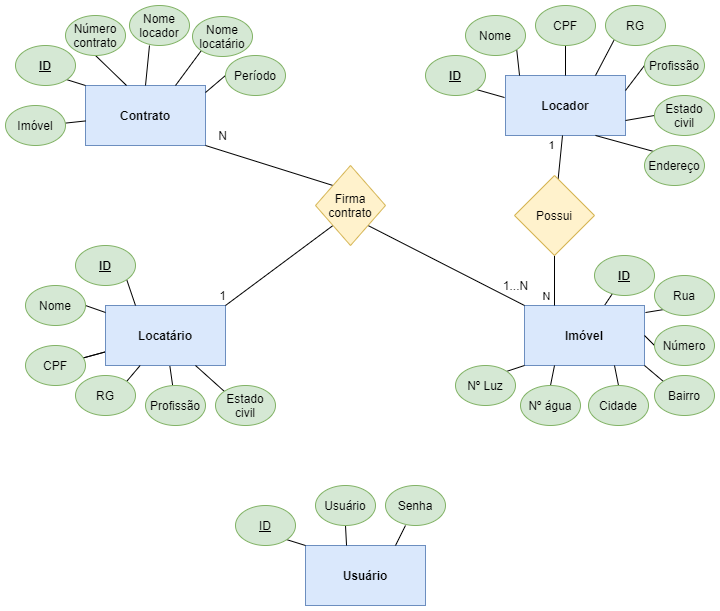
Before: Documentação/MER.png, a diagram exported from draw.io (MatNasc/Projeto-Contratos). Source tidied: cells renumbered, new cells last; positions are measured from the earlier drawing's top-left corner, leaving out a move shared by most shapes.
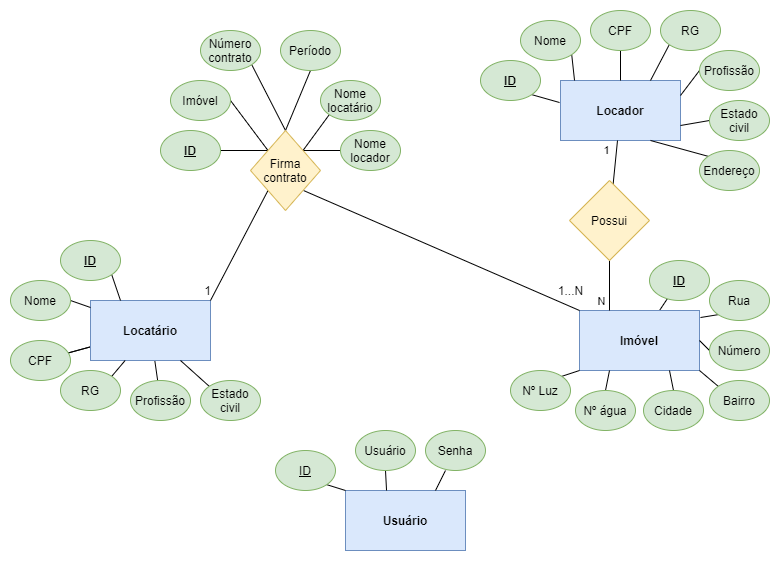
The same file after the commit.

What changed in the source:
```diff
@@ -2,9 +2,6 @@
   <root>
     <mxCell id="0" />
     <mxCell id="1" parent="0" />
-    <mxCell id="2" value="Contrato" style="rounded=0;whiteSpace=wrap;html=1;fontStyle=1;fillColor=#dae8fc;strokeColor=#6c8ebf;" parent="1" vertex="1">
-      <mxGeometry x="80" y="80" width="120" height="60" as="geometry" />
-    </mxCell>
     <mxCell id="3" style="edgeStyle=none;rounded=0;jettySize=auto;html=1;endArrow=none;endFill=0;" parent="1" edge="1" source="6" target="32">
       <mxGeometry relative="1" as="geometry" />
     </mxCell>
@@ -15,28 +12,28 @@
       <mxGeometry relative="1" as="geometry" />
     </mxCell>
     <mxCell id="6" value="Locatário" style="rounded=0;whiteSpace=wrap;html=1;fontStyle=1;fillColor=#dae8fc;strokeColor=#6c8ebf;" parent="1" vertex="1">
-      <mxGeometry x="100" y="300" width="120" height="60" as="geometry" />
+      <mxGeometry x="30" y="290" width="120" height="60" as="geometry" />
     </mxCell>
     <mxCell id="7" value="Locador" style="rounded=0;whiteSpace=wrap;html=1;fontStyle=1;fillColor=#dae8fc;strokeColor=#6c8ebf;" parent="1" vertex="1">
       <mxGeometry x="500" y="70" width="120" height="60" as="geometry" />
     </mxCell>
-    <mxCell id="8" style="rounded=0;jettySize=auto;html=1;exitX=1;exitY=1;exitDx=0;exitDy=0;entryX=0;entryY=0;entryDx=0;entryDy=0;endArrow=none;endFill=0;" parent="1" edge="1" source="9" target="2">
-      <mxGeometry relative="1" as="geometry" />
-    </mxCell>
+    <mxCell id="80" style="rounded=0;jettySize=auto;html=1;exitX=1;exitY=0.5;exitDx=0;exitDy=0;entryX=0;entryY=0;entryDx=0;entryDy=0;endArrow=none;endFill=0;" parent="1" edge="1" source="9" target="76">
+      <mxGeometry relative="1" as="geometry" />
+    </mxCell>
     <mxCell id="9" value="&lt;u&gt;ID&lt;/u&gt;" style="ellipse;whiteSpace=wrap;html=1;fontStyle=1;fillColor=#d5e8d4;strokeColor=#82b366;" parent="1" vertex="1">
-      <mxGeometry x="10" y="40" width="60" height="40" as="geometry" />
+      <mxGeometry x="100" y="120" width="60" height="40" as="geometry" />
     </mxCell>
-    <mxCell id="10" style="edgeStyle=none;rounded=0;jettySize=auto;html=1;exitX=0.5;exitY=1;exitDx=0;exitDy=0;entryX=0.342;entryY=0;entryDx=0;entryDy=0;entryPerimeter=0;endArrow=none;endFill=0;" parent="1" edge="1" source="11" target="2">
-      <mxGeometry relative="1" as="geometry" />
-    </mxCell>
+    <mxCell id="81" style="edgeStyle=none;rounded=0;jettySize=auto;html=1;exitX=1;exitY=1;exitDx=0;exitDy=0;entryX=0.5;entryY=0;entryDx=0;entryDy=0;endArrow=none;endFill=0;" parent="1" edge="1" source="11" target="76">
+      <mxGeometry relative="1" as="geometry" />
+    </mxCell>
     <mxCell id="11" value="Número contrato" style="ellipse;whiteSpace=wrap;html=1;fillColor=#d5e8d4;strokeColor=#82b366;" parent="1" vertex="1">
-      <mxGeometry x="60" y="10" width="60" height="40" as="geometry" />
+      <mxGeometry x="140" y="20" width="60" height="40" as="geometry" />
     </mxCell>
-    <mxCell id="12" style="edgeStyle=none;rounded=0;jettySize=auto;html=1;exitX=0.333;exitY=1;exitDx=0;exitDy=0;entryX=0.5;entryY=0;entryDx=0;entryDy=0;endArrow=none;endFill=0;exitPerimeter=0;" parent="1" edge="1" source="13" target="2">
-      <mxGeometry relative="1" as="geometry" />
-    </mxCell>
+    <mxCell id="82" style="edgeStyle=none;rounded=0;jettySize=auto;html=1;exitX=0;exitY=0.5;exitDx=0;exitDy=0;entryX=1;entryY=0;entryDx=0;entryDy=0;endArrow=none;endFill=0;" parent="1" edge="1" source="13" target="76">
+      <mxGeometry relative="1" as="geometry" />
+    </mxCell>
     <mxCell id="13" value="Nome locador" style="ellipse;whiteSpace=wrap;html=1;fillColor=#d5e8d4;strokeColor=#82b366;" parent="1" vertex="1">
-      <mxGeometry x="124" width="60" height="40" as="geometry" />
+      <mxGeometry x="280" y="120" width="60" height="40" as="geometry" />
     </mxCell>
     <mxCell id="14" style="edgeStyle=none;rounded=0;jettySize=auto;html=1;exitX=1;exitY=1;exitDx=0;exitDy=0;entryX=-0.008;entryY=0.367;entryDx=0;entryDy=0;entryPerimeter=0;endArrow=none;endFill=0;" parent="1" edge="1" source="15" target="7">
       <mxGeometry relative="1" as="geometry" />
@@ -84,33 +81,33 @@
       <mxGeometry relative="1" as="geometry" />
     </mxCell>
     <mxCell id="29" value="&lt;u&gt;ID&lt;/u&gt;" style="ellipse;whiteSpace=wrap;html=1;fontStyle=1;fillColor=#d5e8d4;strokeColor=#82b366;" parent="1" vertex="1">
-      <mxGeometry x="70" y="240" width="60" height="40" as="geometry" />
+      <mxGeometry y="230" width="60" height="40" as="geometry" />
     </mxCell>
     <mxCell id="30" style="edgeStyle=none;rounded=0;jettySize=auto;html=1;exitX=1;exitY=0.5;exitDx=0;exitDy=0;endArrow=none;endFill=0;" parent="1" edge="1" source="31">
       <mxGeometry relative="1" as="geometry">
-        <mxPoint x="100" y="307" as="targetPoint" />
+        <mxPoint x="30" y="297" as="targetPoint" />
       </mxGeometry>
     </mxCell>
     <mxCell id="31" value="Nome" style="ellipse;whiteSpace=wrap;html=1;fillColor=#d5e8d4;strokeColor=#82b366;" parent="1" vertex="1">
-      <mxGeometry x="20" y="280" width="60" height="40" as="geometry" />
+      <mxGeometry x="-50" y="270" width="60" height="40" as="geometry" />
     </mxCell>
     <mxCell id="32" value="CPF" style="ellipse;whiteSpace=wrap;html=1;fillColor=#d5e8d4;strokeColor=#82b366;" parent="1" vertex="1">
-      <mxGeometry x="20" y="340" width="60" height="40" as="geometry" />
+      <mxGeometry x="-50" y="330" width="60" height="40" as="geometry" />
     </mxCell>
     <mxCell id="33" style="edgeStyle=none;rounded=0;jettySize=auto;html=1;exitX=1;exitY=0;exitDx=0;exitDy=0;endArrow=none;endFill=0;" parent="1" edge="1" source="34" target="6">
       <mxGeometry relative="1" as="geometry" />
     </mxCell>
     <mxCell id="34" value="RG" style="ellipse;whiteSpace=wrap;html=1;fillColor=#d5e8d4;strokeColor=#82b366;" parent="1" vertex="1">
-      <mxGeometry x="70" y="370" width="60" height="40" as="geometry" />
+      <mxGeometry y="360" width="60" height="40" as="geometry" />
     </mxCell>
     <mxCell id="35" value="Profissão" style="ellipse;whiteSpace=wrap;html=1;fillColor=#d5e8d4;strokeColor=#82b366;" parent="1" vertex="1">
-      <mxGeometry x="140" y="380" width="60" height="40" as="geometry" />
+      <mxGeometry x="70" y="370" width="60" height="40" as="geometry" />
     </mxCell>
     <mxCell id="36" style="edgeStyle=none;rounded=0;jettySize=auto;html=1;exitX=0;exitY=0;exitDx=0;exitDy=0;entryX=0.75;entryY=1;entryDx=0;entryDy=0;endArrow=none;endFill=0;" parent="1" edge="1" source="37" target="6">
       <mxGeometry relative="1" as="geometry" />
     </mxCell>
     <mxCell id="37" value="Estado civil" style="ellipse;whiteSpace=wrap;html=1;fillColor=#d5e8d4;strokeColor=#82b366;" parent="1" vertex="1">
-      <mxGeometry x="210" y="380" width="60" height="40" as="geometry" />
+      <mxGeometry x="140" y="370" width="60" height="40" as="geometry" />
     </mxCell>
     <mxCell id="38" style="edgeStyle=none;rounded=0;orthogonalLoop=1;jettySize=auto;html=1;exitX=0.5;exitY=1;exitDx=0;exitDy=0;endArrow=none;endFill=0;" parent="1" edge="1" source="32" target="32">
       <mxGeometry relative="1" as="geometry" />
@@ -164,43 +161,43 @@
       <mxGeometry x="450" y="360" width="60" height="40" as="geometry" />
     </mxCell>
     <mxCell id="55" value="Usuário" style="rounded=0;whiteSpace=wrap;html=1;fontStyle=1;fillColor=#dae8fc;strokeColor=#6c8ebf;" parent="1" vertex="1">
-      <mxGeometry x="300" y="540" width="120" height="60" as="geometry" />
+      <mxGeometry x="285" y="480" width="120" height="60" as="geometry" />
     </mxCell>
     <mxCell id="56" style="rounded=0;jettySize=auto;html=1;exitX=1;exitY=1;exitDx=0;exitDy=0;entryX=0;entryY=0;entryDx=0;entryDy=0;endArrow=none;endFill=0;" parent="1" edge="1" source="57" target="55">
       <mxGeometry relative="1" as="geometry" />
     </mxCell>
     <mxCell id="57" value="&lt;u&gt;ID&lt;/u&gt;" style="ellipse;whiteSpace=wrap;html=1;fillColor=#d5e8d4;strokeColor=#82b366;" parent="1" vertex="1">
-      <mxGeometry x="230" y="500" width="60" height="40" as="geometry" />
+      <mxGeometry x="215" y="440" width="60" height="40" as="geometry" />
     </mxCell>
     <mxCell id="58" style="edgeStyle=none;rounded=0;jettySize=auto;html=1;exitX=0.5;exitY=1;exitDx=0;exitDy=0;entryX=0.342;entryY=0;entryDx=0;entryDy=0;entryPerimeter=0;endArrow=none;endFill=0;" parent="1" edge="1" source="59" target="55">
       <mxGeometry relative="1" as="geometry" />
     </mxCell>
     <mxCell id="59" value="Usuário" style="ellipse;whiteSpace=wrap;html=1;fillColor=#d5e8d4;strokeColor=#82b366;" parent="1" vertex="1">
-      <mxGeometry x="310" y="480" width="60" height="40" as="geometry" />
+      <mxGeometry x="295" y="420" width="60" height="40" as="geometry" />
     </mxCell>
     <mxCell id="60" style="edgeStyle=none;rounded=0;jettySize=auto;html=1;exitX=0.333;exitY=1;exitDx=0;exitDy=0;entryX=0.75;entryY=0;entryDx=0;entryDy=0;endArrow=none;endFill=0;exitPerimeter=0;" parent="1" edge="1" source="61" target="55">
       <mxGeometry relative="1" as="geometry" />
     </mxCell>
     <mxCell id="61" value="Senha" style="ellipse;whiteSpace=wrap;html=1;fillColor=#d5e8d4;strokeColor=#82b366;" parent="1" vertex="1">
-      <mxGeometry x="380" y="480" width="60" height="40" as="geometry" />
+      <mxGeometry x="365" y="420" width="60" height="40" as="geometry" />
     </mxCell>
-    <mxCell id="62" style="edgeStyle=none;rounded=0;jettySize=auto;html=1;exitX=0;exitY=1;exitDx=0;exitDy=0;entryX=0.75;entryY=0;entryDx=0;entryDy=0;endArrow=none;endFill=0;" parent="1" edge="1" source="63" target="2">
-      <mxGeometry relative="1" as="geometry" />
-    </mxCell>
+    <mxCell id="83" style="edgeStyle=none;rounded=0;jettySize=auto;html=1;exitX=0;exitY=1;exitDx=0;exitDy=0;entryX=1;entryY=0;entryDx=0;entryDy=0;endArrow=none;endFill=0;" parent="1" edge="1" source="63" target="76">
+      <mxGeometry relative="1" as="geometry" />
+    </mxCell>
     <mxCell id="63" value="Nome locatário" style="ellipse;whiteSpace=wrap;html=1;fillColor=#d5e8d4;strokeColor=#82b366;" parent="1" vertex="1">
-      <mxGeometry x="187" y="11" width="60" height="40" as="geometry" />
+      <mxGeometry x="260" y="70" width="60" height="40" as="geometry" />
     </mxCell>
-    <mxCell id="64" style="edgeStyle=none;rounded=0;jettySize=auto;html=1;endArrow=none;endFill=0;" parent="1" edge="1" source="65" target="2">
-      <mxGeometry relative="1" as="geometry" />
-    </mxCell>
+    <mxCell id="84" style="edgeStyle=none;rounded=0;jettySize=auto;html=1;exitX=1;exitY=0.5;exitDx=0;exitDy=0;entryX=0;entryY=0;entryDx=0;entryDy=0;endArrow=none;endFill=0;" parent="1" edge="1" source="65" target="76">
+      <mxGeometry relative="1" as="geometry" />
+    </mxCell>
     <mxCell id="65" value="Imóvel" style="ellipse;whiteSpace=wrap;html=1;fillColor=#d5e8d4;strokeColor=#82b366;" parent="1" vertex="1">
-      <mxGeometry y="100" width="60" height="40" as="geometry" />
+      <mxGeometry x="110" y="70" width="60" height="40" as="geometry" />
     </mxCell>
-    <mxCell id="66" style="edgeStyle=none;rounded=0;jettySize=auto;html=1;exitX=0;exitY=0.5;exitDx=0;exitDy=0;entryX=1;entryY=0.117;entryDx=0;entryDy=0;entryPerimeter=0;endArrow=none;endFill=0;" parent="1" edge="1" source="67" target="2">
-      <mxGeometry relative="1" as="geometry" />
-    </mxCell>
+    <mxCell id="85" style="edgeStyle=none;rounded=0;jettySize=auto;html=1;exitX=0.5;exitY=1;exitDx=0;exitDy=0;endArrow=none;endFill=0;entryX=0.5;entryY=0;entryDx=0;entryDy=0;" parent="1" edge="1" source="67" target="76">
+      <mxGeometry relative="1" as="geometry" />
+    </mxCell>
     <mxCell id="67" value="Período" style="ellipse;whiteSpace=wrap;html=1;fillColor=#d5e8d4;strokeColor=#82b366;" parent="1" vertex="1">
-      <mxGeometry x="220" y="50" width="60" height="40" as="geometry" />
+      <mxGeometry x="220" y="20" width="60" height="40" as="geometry" />
     </mxCell>
     <mxCell id="68" style="edgeStyle=none;rounded=0;jettySize=auto;html=1;endArrow=none;endFill=0;" parent="1" edge="1" source="72" target="7">
       <mxGeometry relative="1" as="geometry" />
@@ -221,26 +218,22 @@
     <mxCell id="72" value="Possui" style="rhombus;whiteSpace=wrap;html=1;fillColor=#fff2cc;strokeColor=#d6b656;" parent="1" vertex="1">
       <mxGeometry x="509" y="170" width="80" height="80" as="geometry" />
     </mxCell>
-    <mxCell id="73" style="edgeStyle=none;rounded=0;jettySize=auto;html=1;exitX=0;exitY=0;exitDx=0;exitDy=0;entryX=1;entryY=1;entryDx=0;entryDy=0;endArrow=none;endFill=0;" parent="1" edge="1" source="76" target="2">
-      <mxGeometry relative="1" as="geometry" />
-    </mxCell>
     <mxCell id="74" style="edgeStyle=none;rounded=0;jettySize=auto;html=1;exitX=0;exitY=1;exitDx=0;exitDy=0;entryX=1;entryY=0;entryDx=0;entryDy=0;endArrow=none;endFill=0;" parent="1" edge="1" source="76" target="6">
       <mxGeometry relative="1" as="geometry" />
     </mxCell>
-    <mxCell id="75" style="edgeStyle=none;rounded=0;jettySize=auto;html=1;exitX=1;exitY=1;exitDx=0;exitDy=0;entryX=0;entryY=0;entryDx=0;entryDy=0;endArrow=none;endFill=0;" parent="1" edge="1" source="76" target="40">
-      <mxGeometry relative="1" as="geometry" />
+    <mxCell id="75" style="edgeStyle=none;rounded=0;jettySize=auto;html=1;entryX=0;entryY=0;entryDx=0;entryDy=0;endArrow=none;endFill=0;" parent="1" edge="1" target="40">
+      <mxGeometry relative="1" as="geometry">
+        <mxPoint x="243" y="180" as="sourcePoint" />
+      </mxGeometry>
     </mxCell>
     <mxCell id="76" value="Firma contrato" style="rhombus;html=1;whiteSpace=wrap;fillColor=#fff2cc;strokeColor=#d6b656;" parent="1" vertex="1">
-      <mxGeometry x="310" y="160" width="70" height="80" as="geometry" />
+      <mxGeometry x="190" y="120" width="70" height="80" as="geometry" />
     </mxCell>
-    <mxCell id="77" value="N" style="text;html=1;align=center;verticalAlign=middle;" parent="1" vertex="1">
-      <mxGeometry x="207" y="120" width="20" height="20" as="geometry" />
-    </mxCell>
     <mxCell id="78" value="1...N" style="text;html=1;align=center;verticalAlign=middle;" parent="1" vertex="1">
       <mxGeometry x="490" y="270" width="40" height="20" as="geometry" />
     </mxCell>
     <mxCell id="79" value="1" style="text;html=1;align=center;verticalAlign=middle;" parent="1" vertex="1">
-      <mxGeometry x="207" y="280" width="20" height="20" as="geometry" />
+      <mxGeometry x="137" y="270" width="20" height="20" as="geometry" />
     </mxCell>
   </root>
 </mxGraphModel>
```
